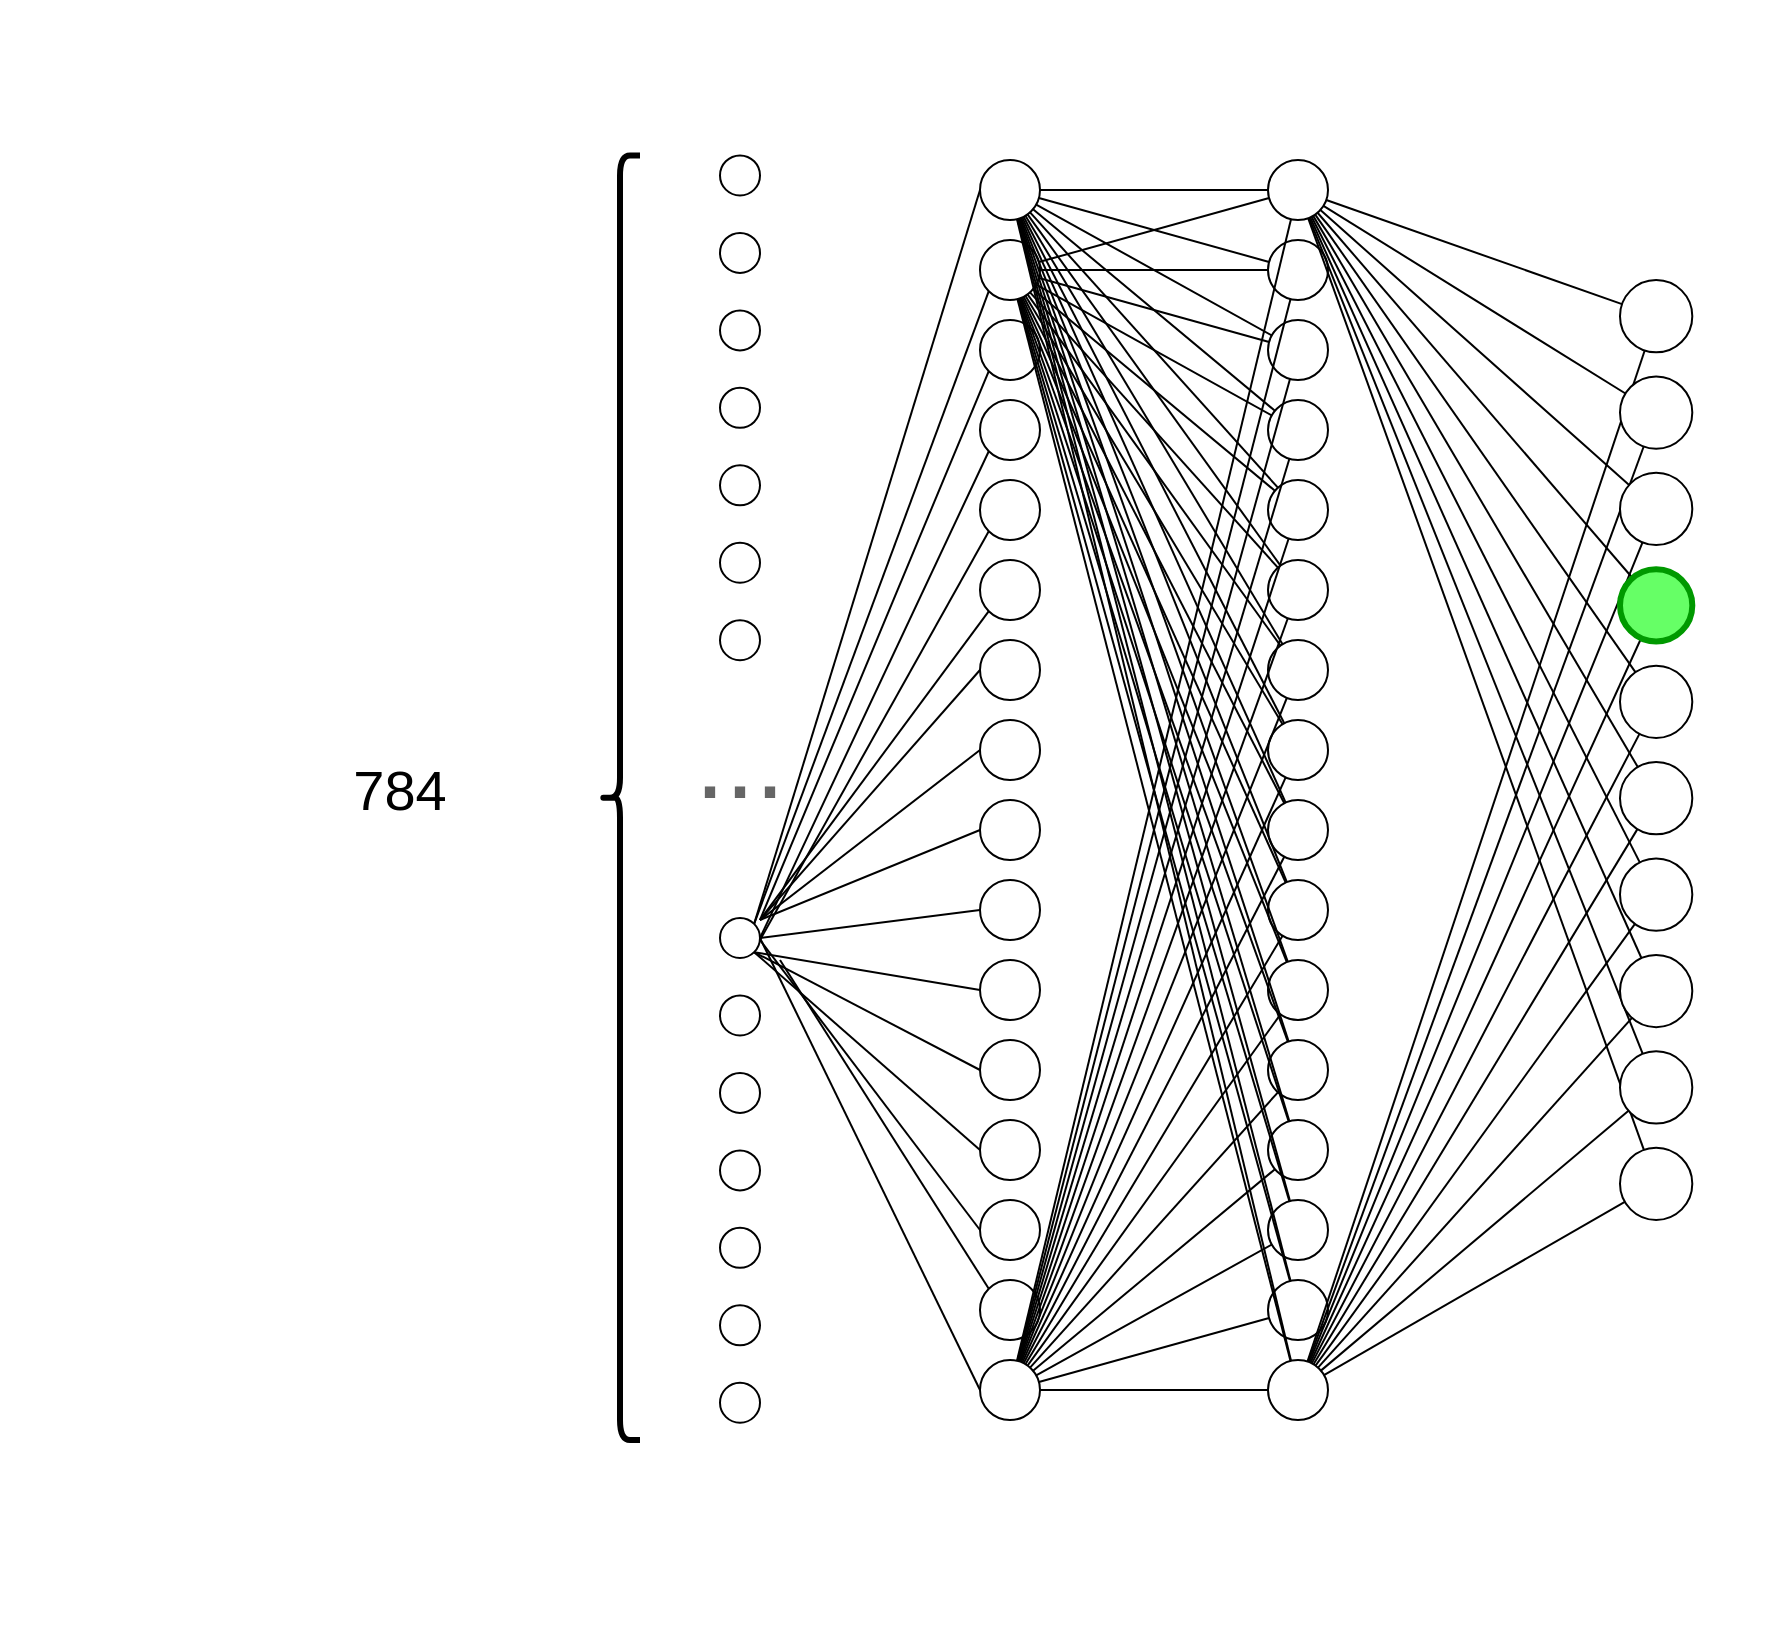
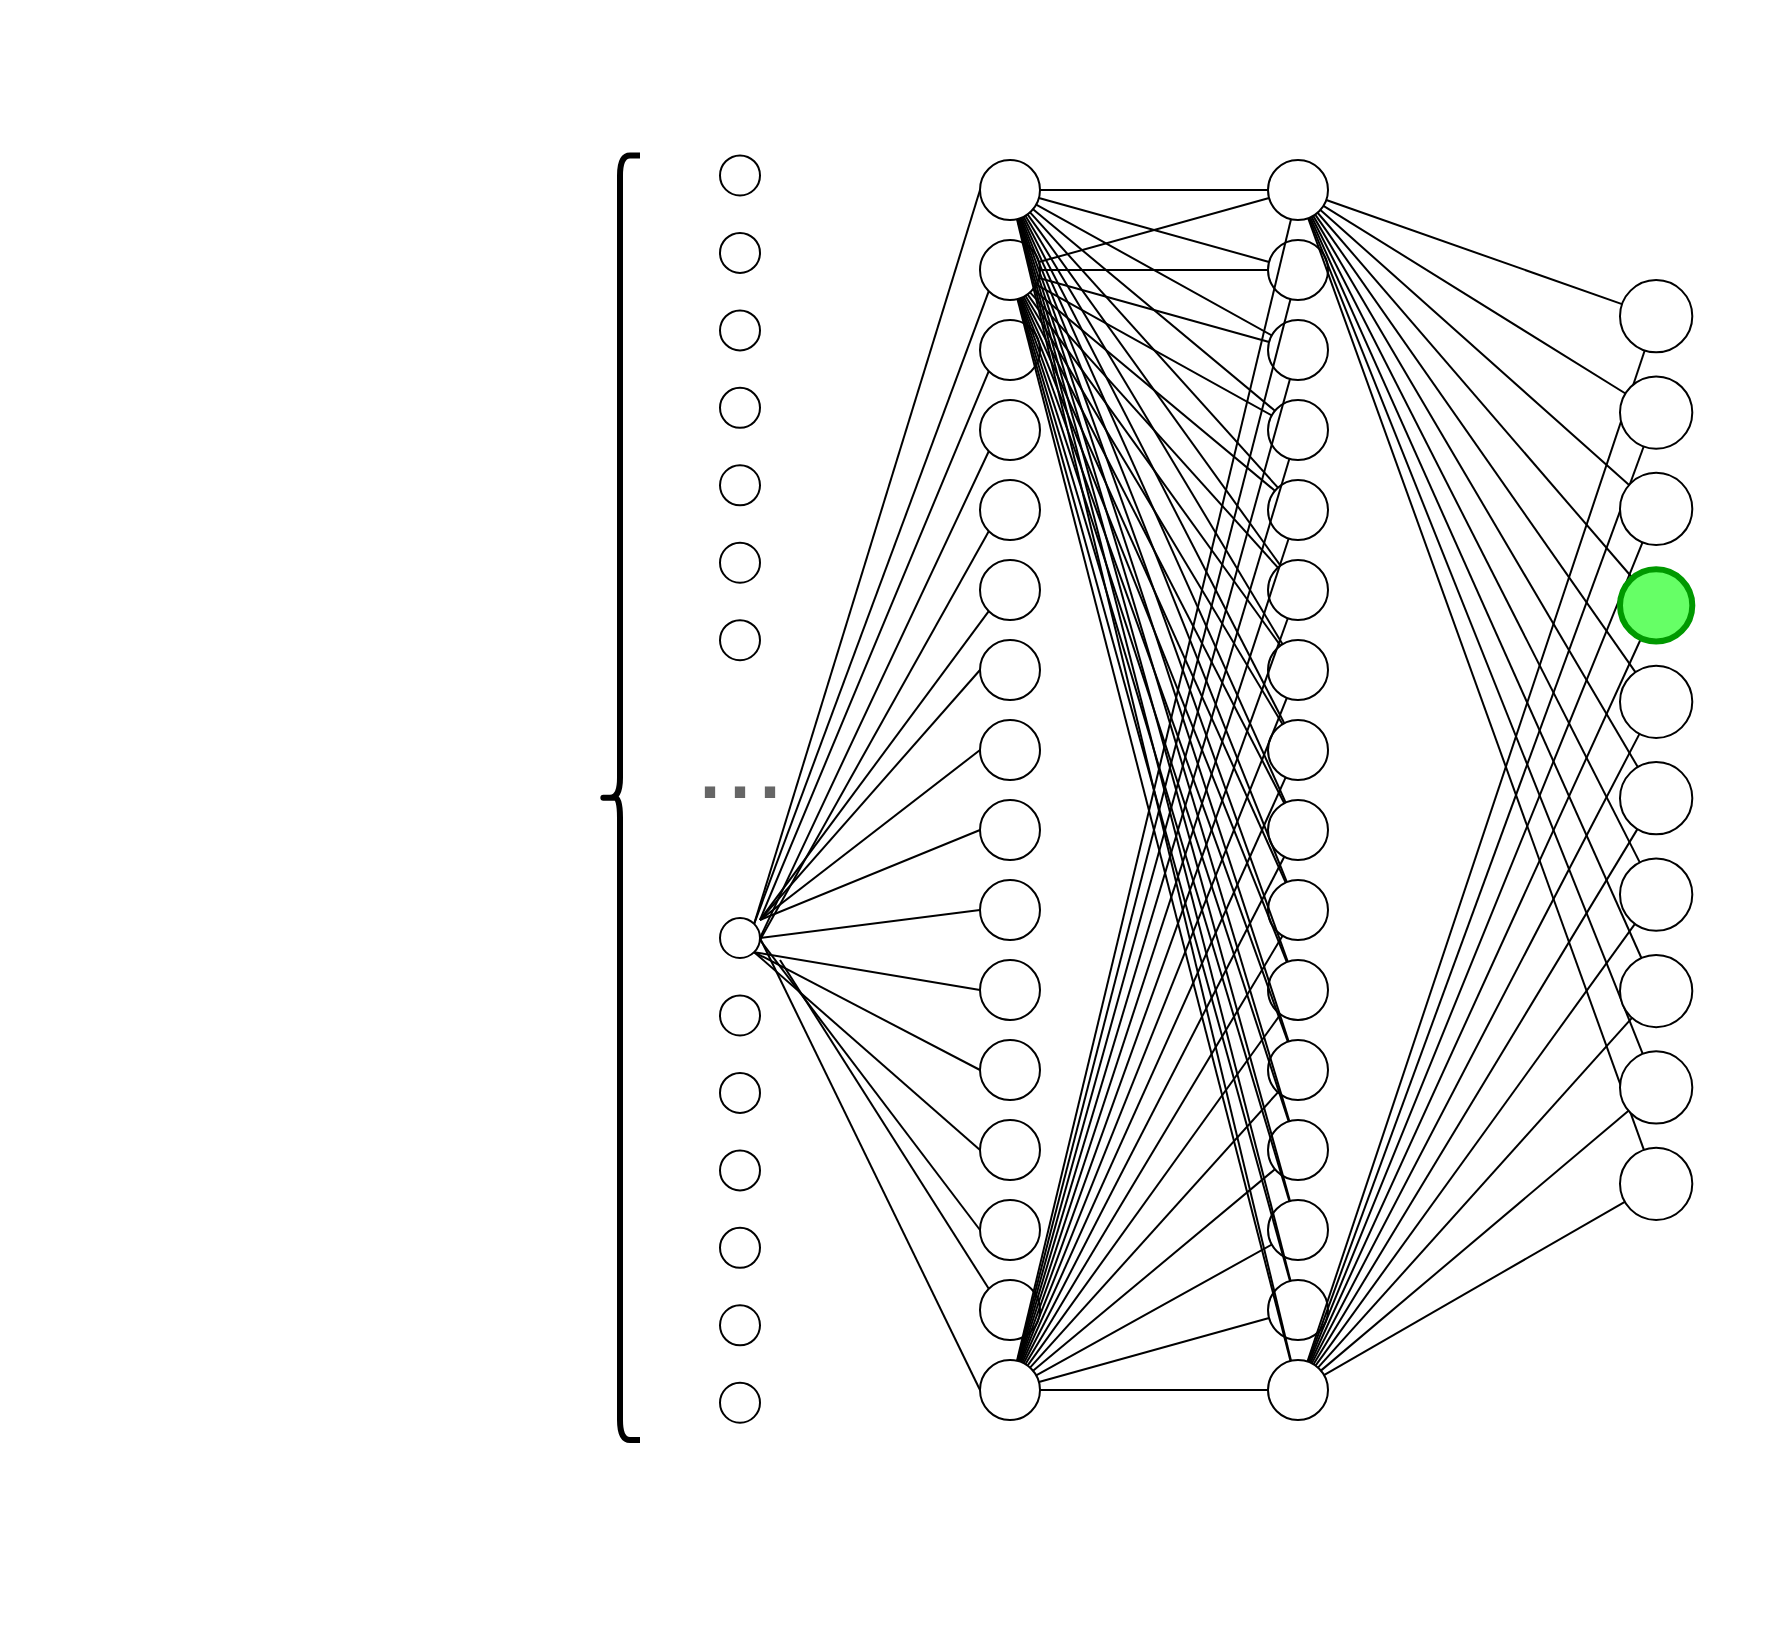
<mxfile host="app.diagrams.net" agent="Mozilla/5.0 (Macintosh; Intel Mac OS X 10.15; rv:147.0) Gecko/20100101 Firefox/147.0" version="29.3.6">
  <diagram id="three-columns" name="Page-1">
    <mxGraphModel dx="1593" dy="1012" grid="1" gridSize="10" guides="1" tooltips="1" connect="1" arrows="1" fold="1" page="1" pageScale="1" pageWidth="1100" pageHeight="850" background="#ffffff" math="0" shadow="0">
      <root>
        <mxCell id="0" />
        <mxCell id="1" parent="0" />
        <mxCell id="L0_1" parent="1" style="ellipse;whiteSpace=wrap;html=1;aspect=fixed;" value="" vertex="1">
          <mxGeometry height="30" width="30" x="490" y="110" as="geometry" />
        </mxCell>
        <mxCell id="L0_2" parent="1" style="ellipse;whiteSpace=wrap;html=1;aspect=fixed;" value="" vertex="1">
          <mxGeometry height="30" width="30" x="490" y="150" as="geometry" />
        </mxCell>
        <mxCell id="L0_3" parent="1" style="ellipse;whiteSpace=wrap;html=1;aspect=fixed;" value="" vertex="1">
          <mxGeometry height="30" width="30" x="490" y="190" as="geometry" />
        </mxCell>
        <mxCell id="L0_4" parent="1" style="ellipse;whiteSpace=wrap;html=1;aspect=fixed;" value="" vertex="1">
          <mxGeometry height="30" width="30" x="490" y="230" as="geometry" />
        </mxCell>
        <mxCell id="L0_5" parent="1" style="ellipse;whiteSpace=wrap;html=1;aspect=fixed;" value="" vertex="1">
          <mxGeometry height="30" width="30" x="490" y="270" as="geometry" />
        </mxCell>
        <mxCell id="L0_6" parent="1" style="ellipse;whiteSpace=wrap;html=1;aspect=fixed;" value="" vertex="1">
          <mxGeometry height="30" width="30" x="490" y="310" as="geometry" />
        </mxCell>
        <mxCell id="L0_7" parent="1" style="ellipse;whiteSpace=wrap;html=1;aspect=fixed;" value="" vertex="1">
          <mxGeometry height="30" width="30" x="490" y="350" as="geometry" />
        </mxCell>
        <mxCell id="L0_8" parent="1" style="ellipse;whiteSpace=wrap;html=1;aspect=fixed;" value="" vertex="1">
          <mxGeometry height="30" width="30" x="490" y="390" as="geometry" />
        </mxCell>
        <mxCell id="L0_9" parent="1" style="ellipse;whiteSpace=wrap;html=1;aspect=fixed;" value="" vertex="1">
          <mxGeometry height="30" width="30" x="490" y="430" as="geometry" />
        </mxCell>
        <mxCell id="L0_10" parent="1" style="ellipse;whiteSpace=wrap;html=1;aspect=fixed;" value="" vertex="1">
          <mxGeometry height="30" width="30" x="490" y="470" as="geometry" />
        </mxCell>
        <mxCell id="L0_11" parent="1" style="ellipse;whiteSpace=wrap;html=1;aspect=fixed;" value="" vertex="1">
          <mxGeometry height="30" width="30" x="490" y="510" as="geometry" />
        </mxCell>
        <mxCell id="L0_12" parent="1" style="ellipse;whiteSpace=wrap;html=1;aspect=fixed;" value="" vertex="1">
          <mxGeometry height="30" width="30" x="490" y="550" as="geometry" />
        </mxCell>
        <mxCell id="L0_13" parent="1" style="ellipse;whiteSpace=wrap;html=1;aspect=fixed;" value="" vertex="1">
          <mxGeometry height="30" width="30" x="490" y="590" as="geometry" />
        </mxCell>
        <mxCell id="L0_14" parent="1" style="ellipse;whiteSpace=wrap;html=1;aspect=fixed;" value="" vertex="1">
          <mxGeometry height="30" width="30" x="490" y="630" as="geometry" />
        </mxCell>
        <mxCell id="L0_15" parent="1" style="ellipse;whiteSpace=wrap;html=1;aspect=fixed;" value="" vertex="1">
          <mxGeometry height="30" width="30" x="490" y="670" as="geometry" />
        </mxCell>
        <mxCell id="L0_16" parent="1" style="ellipse;whiteSpace=wrap;html=1;aspect=fixed;" value="" vertex="1">
          <mxGeometry height="30" width="30" x="490" y="710" as="geometry" />
        </mxCell>
        <mxCell id="L1" parent="1" style="ellipse;whiteSpace=wrap;html=1;aspect=fixed;" value="" vertex="1">
          <mxGeometry height="30" width="30" x="634" y="110" as="geometry" />
        </mxCell>
        <mxCell id="L2" parent="1" style="ellipse;whiteSpace=wrap;html=1;aspect=fixed;" value="" vertex="1">
          <mxGeometry height="30" width="30" x="634" y="150" as="geometry" />
        </mxCell>
        <mxCell id="L3" parent="1" style="ellipse;whiteSpace=wrap;html=1;aspect=fixed;" value="" vertex="1">
          <mxGeometry height="30" width="30" x="634" y="190" as="geometry" />
        </mxCell>
        <mxCell id="L4" parent="1" style="ellipse;whiteSpace=wrap;html=1;aspect=fixed;" value="" vertex="1">
          <mxGeometry height="30" width="30" x="634" y="230" as="geometry" />
        </mxCell>
        <mxCell id="L5" parent="1" style="ellipse;whiteSpace=wrap;html=1;aspect=fixed;" value="" vertex="1">
          <mxGeometry height="30" width="30" x="634" y="270" as="geometry" />
        </mxCell>
        <mxCell id="L6" parent="1" style="ellipse;whiteSpace=wrap;html=1;aspect=fixed;" value="" vertex="1">
          <mxGeometry height="30" width="30" x="634" y="310" as="geometry" />
        </mxCell>
        <mxCell id="L7" parent="1" style="ellipse;whiteSpace=wrap;html=1;aspect=fixed;" value="" vertex="1">
          <mxGeometry height="30" width="30" x="634" y="350" as="geometry" />
        </mxCell>
        <mxCell id="L8" parent="1" style="ellipse;whiteSpace=wrap;html=1;aspect=fixed;" value="" vertex="1">
          <mxGeometry height="30" width="30" x="634" y="390" as="geometry" />
        </mxCell>
        <mxCell id="L9" parent="1" style="ellipse;whiteSpace=wrap;html=1;aspect=fixed;" value="" vertex="1">
          <mxGeometry height="30" width="30" x="634" y="430" as="geometry" />
        </mxCell>
        <mxCell id="L10" parent="1" style="ellipse;whiteSpace=wrap;html=1;aspect=fixed;" value="" vertex="1">
          <mxGeometry height="30" width="30" x="634" y="470" as="geometry" />
        </mxCell>
        <mxCell id="L11" parent="1" style="ellipse;whiteSpace=wrap;html=1;aspect=fixed;" value="" vertex="1">
          <mxGeometry height="30" width="30" x="634" y="510" as="geometry" />
        </mxCell>
        <mxCell id="L12" parent="1" style="ellipse;whiteSpace=wrap;html=1;aspect=fixed;" value="" vertex="1">
          <mxGeometry height="30" width="30" x="634" y="550" as="geometry" />
        </mxCell>
        <mxCell id="L13" parent="1" style="ellipse;whiteSpace=wrap;html=1;aspect=fixed;" value="" vertex="1">
          <mxGeometry height="30" width="30" x="634" y="590" as="geometry" />
        </mxCell>
        <mxCell id="L14" parent="1" style="ellipse;whiteSpace=wrap;html=1;aspect=fixed;" value="" vertex="1">
          <mxGeometry height="30" width="30" x="634" y="630" as="geometry" />
        </mxCell>
        <mxCell id="L15" parent="1" style="ellipse;whiteSpace=wrap;html=1;aspect=fixed;" value="" vertex="1">
          <mxGeometry height="30" width="30" x="634" y="670" as="geometry" />
        </mxCell>
        <mxCell id="L16" parent="1" style="ellipse;whiteSpace=wrap;html=1;aspect=fixed;" value="" vertex="1">
          <mxGeometry height="30" width="30" x="634" y="710" as="geometry" />
        </mxCell>
        <mxCell id="E_L0_1_L1" edge="1" parent="1" source="L0_1" style="endArrow=none;" target="L1">
          <mxGeometry relative="1" as="geometry" />
        </mxCell>
        <mxCell id="E_L0_1_L2" edge="1" parent="1" source="L0_1" style="endArrow=none;" target="L2">
          <mxGeometry relative="1" as="geometry" />
        </mxCell>
        <mxCell id="E_L0_1_L3" edge="1" parent="1" source="L0_1" style="endArrow=none;" target="L3">
          <mxGeometry relative="1" as="geometry" />
        </mxCell>
        <mxCell id="E_L0_1_L4" edge="1" parent="1" source="L0_1" style="endArrow=none;" target="L4">
          <mxGeometry relative="1" as="geometry" />
        </mxCell>
        <mxCell id="E_L0_1_L5" edge="1" parent="1" source="L0_1" style="endArrow=none;" target="L5">
          <mxGeometry relative="1" as="geometry" />
        </mxCell>
        <mxCell id="E_L0_1_L6" edge="1" parent="1" source="L0_1" style="endArrow=none;" target="L6">
          <mxGeometry relative="1" as="geometry" />
        </mxCell>
        <mxCell id="E_L0_1_L7" edge="1" parent="1" source="L0_1" style="endArrow=none;" target="L7">
          <mxGeometry relative="1" as="geometry" />
        </mxCell>
        <mxCell id="E_L0_1_L8" edge="1" parent="1" source="L0_1" style="endArrow=none;" target="L8">
          <mxGeometry relative="1" as="geometry" />
        </mxCell>
        <mxCell id="E_L0_1_L9" edge="1" parent="1" source="L0_1" style="endArrow=none;" target="L9">
          <mxGeometry relative="1" as="geometry" />
        </mxCell>
        <mxCell id="E_L0_1_L10" edge="1" parent="1" source="L0_1" style="endArrow=none;" target="L10">
          <mxGeometry relative="1" as="geometry" />
        </mxCell>
        <mxCell id="E_L0_1_L11" edge="1" parent="1" source="L0_1" style="endArrow=none;" target="L11">
          <mxGeometry relative="1" as="geometry" />
        </mxCell>
        <mxCell id="E_L0_1_L12" edge="1" parent="1" source="L0_1" style="endArrow=none;" target="L12">
          <mxGeometry relative="1" as="geometry" />
        </mxCell>
        <mxCell id="E_L0_1_L13" edge="1" parent="1" source="L0_1" style="endArrow=none;" target="L13">
          <mxGeometry relative="1" as="geometry" />
        </mxCell>
        <mxCell id="E_L0_1_L14" edge="1" parent="1" source="L0_1" style="endArrow=none;" target="L14">
          <mxGeometry relative="1" as="geometry" />
        </mxCell>
        <mxCell id="E_L0_1_L15" edge="1" parent="1" source="L0_1" style="endArrow=none;" target="L15">
          <mxGeometry relative="1" as="geometry" />
        </mxCell>
        <mxCell id="E_L0_1_L16" edge="1" parent="1" source="L0_1" style="endArrow=none;" target="L16">
          <mxGeometry relative="1" as="geometry" />
        </mxCell>
        <mxCell id="E_L0_2_L1" edge="1" parent="1" source="L0_2" style="endArrow=none;" target="L1">
          <mxGeometry relative="1" as="geometry" />
        </mxCell>
        <mxCell id="E_L0_2_L2" edge="1" parent="1" source="L0_2" style="endArrow=none;" target="L2">
          <mxGeometry relative="1" as="geometry" />
        </mxCell>
        <mxCell id="E_L0_2_L3" edge="1" parent="1" source="L0_2" style="endArrow=none;" target="L3">
          <mxGeometry relative="1" as="geometry" />
        </mxCell>
        <mxCell id="E_L0_2_L4" edge="1" parent="1" source="L0_2" style="endArrow=none;" target="L4">
          <mxGeometry relative="1" as="geometry" />
        </mxCell>
        <mxCell id="E_L0_2_L5" edge="1" parent="1" source="L0_2" style="endArrow=none;" target="L5">
          <mxGeometry relative="1" as="geometry" />
        </mxCell>
        <mxCell id="E_L0_2_L6" edge="1" parent="1" source="L0_2" style="endArrow=none;" target="L6">
          <mxGeometry relative="1" as="geometry" />
        </mxCell>
        <mxCell id="E_L0_2_L7" edge="1" parent="1" source="L0_2" style="endArrow=none;" target="L7">
          <mxGeometry relative="1" as="geometry" />
        </mxCell>
        <mxCell id="E_L0_2_L8" edge="1" parent="1" source="L0_2" style="endArrow=none;" target="L8">
          <mxGeometry relative="1" as="geometry" />
        </mxCell>
        <mxCell id="E_L0_2_L9" edge="1" parent="1" source="L0_2" style="endArrow=none;" target="L9">
          <mxGeometry relative="1" as="geometry" />
        </mxCell>
        <mxCell id="E_L0_2_L10" edge="1" parent="1" source="L0_2" style="endArrow=none;" target="L10">
          <mxGeometry relative="1" as="geometry" />
        </mxCell>
        <mxCell id="E_L0_2_L11" edge="1" parent="1" source="L0_2" style="endArrow=none;" target="L11">
          <mxGeometry relative="1" as="geometry" />
        </mxCell>
        <mxCell id="E_L0_2_L12" edge="1" parent="1" source="L0_2" style="endArrow=none;" target="L12">
          <mxGeometry relative="1" as="geometry" />
        </mxCell>
        <mxCell id="E_L0_2_L13" edge="1" parent="1" source="L0_2" style="endArrow=none;" target="L13">
          <mxGeometry relative="1" as="geometry" />
        </mxCell>
        <mxCell id="E_L0_2_L14" edge="1" parent="1" source="L0_2" style="endArrow=none;" target="L14">
          <mxGeometry relative="1" as="geometry" />
        </mxCell>
        <mxCell id="E_L0_2_L15" edge="1" parent="1" source="L0_2" style="endArrow=none;" target="L15">
          <mxGeometry relative="1" as="geometry" />
        </mxCell>
        <mxCell id="E_L0_2_L16" edge="1" parent="1" source="L0_2" style="endArrow=none;" target="L16">
          <mxGeometry relative="1" as="geometry" />
        </mxCell>
        <mxCell id="E_L0_16_L1" edge="1" parent="1" source="L0_16" style="endArrow=none;" target="L1">
          <mxGeometry relative="1" as="geometry" />
        </mxCell>
        <mxCell id="E_L0_16_L2" edge="1" parent="1" source="L0_16" style="endArrow=none;" target="L2">
          <mxGeometry relative="1" as="geometry" />
        </mxCell>
        <mxCell id="E_L0_16_L3" edge="1" parent="1" source="L0_16" style="endArrow=none;" target="L3">
          <mxGeometry relative="1" as="geometry" />
        </mxCell>
        <mxCell id="E_L0_16_L4" edge="1" parent="1" source="L0_16" style="endArrow=none;" target="L4">
          <mxGeometry relative="1" as="geometry" />
        </mxCell>
        <mxCell id="E_L0_16_L5" edge="1" parent="1" source="L0_16" style="endArrow=none;" target="L5">
          <mxGeometry relative="1" as="geometry" />
        </mxCell>
        <mxCell id="E_L0_16_L6" edge="1" parent="1" source="L0_16" style="endArrow=none;" target="L6">
          <mxGeometry relative="1" as="geometry" />
        </mxCell>
        <mxCell id="E_L0_16_L7" edge="1" parent="1" source="L0_16" style="endArrow=none;" target="L7">
          <mxGeometry relative="1" as="geometry" />
        </mxCell>
        <mxCell id="E_L0_16_L8" edge="1" parent="1" source="L0_16" style="endArrow=none;" target="L8">
          <mxGeometry relative="1" as="geometry" />
        </mxCell>
        <mxCell id="E_L0_16_L9" edge="1" parent="1" source="L0_16" style="endArrow=none;" target="L9">
          <mxGeometry relative="1" as="geometry" />
        </mxCell>
        <mxCell id="E_L0_16_L10" edge="1" parent="1" source="L0_16" style="endArrow=none;" target="L10">
          <mxGeometry relative="1" as="geometry" />
        </mxCell>
        <mxCell id="E_L0_16_L11" edge="1" parent="1" source="L0_16" style="endArrow=none;" target="L11">
          <mxGeometry relative="1" as="geometry" />
        </mxCell>
        <mxCell id="E_L0_16_L12" edge="1" parent="1" source="L0_16" style="endArrow=none;" target="L12">
          <mxGeometry relative="1" as="geometry" />
        </mxCell>
        <mxCell id="E_L0_16_L13" edge="1" parent="1" source="L0_16" style="endArrow=none;" target="L13">
          <mxGeometry relative="1" as="geometry" />
        </mxCell>
        <mxCell id="E_L0_16_L14" edge="1" parent="1" source="L0_16" style="endArrow=none;" target="L14">
          <mxGeometry relative="1" as="geometry" />
        </mxCell>
        <mxCell id="E_L0_16_L15" edge="1" parent="1" source="L0_16" style="endArrow=none;" target="L15">
          <mxGeometry relative="1" as="geometry" />
        </mxCell>
        <mxCell id="E_L0_16_L16" edge="1" parent="1" source="L0_16" style="endArrow=none;" target="L16">
          <mxGeometry relative="1" as="geometry" />
        </mxCell>
        <mxCell id="E_L1_R1" edge="1" parent="1" source="L1" style="endArrow=none;" target="R1">
          <mxGeometry relative="1" as="geometry" />
        </mxCell>
        <mxCell id="E_L1_R2" edge="1" parent="1" source="L1" style="endArrow=none;" target="R2">
          <mxGeometry relative="1" as="geometry" />
        </mxCell>
        <mxCell id="E_L1_R3" edge="1" parent="1" source="L1" style="endArrow=none;" target="R3">
          <mxGeometry relative="1" as="geometry" />
        </mxCell>
        <mxCell id="E_L1_R4" edge="1" parent="1" source="L1" style="endArrow=none;" target="R4">
          <mxGeometry relative="1" as="geometry" />
        </mxCell>
        <mxCell id="E_L1_R5" edge="1" parent="1" source="L1" style="endArrow=none;" target="R5">
          <mxGeometry relative="1" as="geometry" />
        </mxCell>
        <mxCell id="E_L1_R6" edge="1" parent="1" source="L1" style="endArrow=none;" target="R6">
          <mxGeometry relative="1" as="geometry" />
        </mxCell>
        <mxCell id="E_L1_R7" edge="1" parent="1" source="L1" style="endArrow=none;" target="R7">
          <mxGeometry relative="1" as="geometry" />
        </mxCell>
        <mxCell id="E_L1_R8" edge="1" parent="1" source="L1" style="endArrow=none;" target="R8">
          <mxGeometry relative="1" as="geometry" />
        </mxCell>
        <mxCell id="E_L1_R9" edge="1" parent="1" source="L1" style="endArrow=none;" target="R9">
          <mxGeometry relative="1" as="geometry" />
        </mxCell>
        <mxCell id="E_L1_R10" edge="1" parent="1" source="L1" style="endArrow=none;" target="R10">
          <mxGeometry relative="1" as="geometry" />
        </mxCell>
        <mxCell id="E_L16_R1" edge="1" parent="1" source="L16" style="endArrow=none;" target="R1">
          <mxGeometry relative="1" as="geometry" />
        </mxCell>
        <mxCell id="E_L16_R2" edge="1" parent="1" source="L16" style="endArrow=none;" target="R2">
          <mxGeometry relative="1" as="geometry" />
        </mxCell>
        <mxCell id="E_L16_R3" edge="1" parent="1" source="L16" style="endArrow=none;" target="R3">
          <mxGeometry relative="1" as="geometry" />
        </mxCell>
        <mxCell id="E_L16_R4" edge="1" parent="1" source="L16" style="endArrow=none;" target="R4">
          <mxGeometry relative="1" as="geometry" />
        </mxCell>
        <mxCell id="E_L16_R5" edge="1" parent="1" source="L16" style="endArrow=none;" target="R5">
          <mxGeometry relative="1" as="geometry" />
        </mxCell>
        <mxCell id="E_L16_R6" edge="1" parent="1" source="L16" style="endArrow=none;" target="R6">
          <mxGeometry relative="1" as="geometry" />
        </mxCell>
        <mxCell id="E_L16_R7" edge="1" parent="1" source="L16" style="endArrow=none;" target="R7">
          <mxGeometry relative="1" as="geometry" />
        </mxCell>
        <mxCell id="E_L16_R8" edge="1" parent="1" source="L16" style="endArrow=none;" target="R8">
          <mxGeometry relative="1" as="geometry" />
        </mxCell>
        <mxCell id="E_L16_R9" edge="1" parent="1" source="L16" style="endArrow=none;" target="R9">
          <mxGeometry relative="1" as="geometry" />
        </mxCell>
        <mxCell id="E_L16_R10" edge="1" parent="1" source="L16" style="endArrow=none;" target="R10">
          <mxGeometry relative="1" as="geometry" />
        </mxCell>
        <mxCell id="UqORztQWvTda7gWICpi--1" connectable="0" parent="1" style="group" value="" vertex="1">
          <mxGeometry height="470" width="80" x="810" y="170" as="geometry" />
        </mxCell>
        <mxCell id="R1" parent="UqORztQWvTda7gWICpi--1" style="ellipse;whiteSpace=wrap;html=1;aspect=fixed;strokeWidth=1;strokeColor=default;" value="" vertex="1">
          <mxGeometry height="36.15384615384615" width="36.15384615384615" as="geometry" />
        </mxCell>
        <mxCell id="R2" parent="UqORztQWvTda7gWICpi--1" style="ellipse;whiteSpace=wrap;html=1;aspect=fixed;strokeWidth=1;strokeColor=#000000;" value="" vertex="1">
          <mxGeometry height="36.15384615384615" width="36.15384615384615" y="48.205128205128204" as="geometry" />
        </mxCell>
        <mxCell id="R3" parent="UqORztQWvTda7gWICpi--1" style="ellipse;whiteSpace=wrap;html=1;aspect=fixed;strokeWidth=1;strokeColor=#000000;" value="" vertex="1">
          <mxGeometry height="36.15384615384615" width="36.15384615384615" y="96.41025641025641" as="geometry" />
        </mxCell>
        <mxCell id="R4" parent="UqORztQWvTda7gWICpi--1" style="ellipse;whiteSpace=wrap;html=1;aspect=fixed;strokeWidth=3;strokeColor=#009900;gradientColor=none;fillColor=light-dark(#66FF66,#EDEDED);" value="" vertex="1">
          <mxGeometry height="36.15384615384615" width="36.15384615384615" y="144.6153846153846" as="geometry" />
        </mxCell>
        <mxCell id="R5" parent="UqORztQWvTda7gWICpi--1" style="ellipse;whiteSpace=wrap;html=1;aspect=fixed;strokeWidth=1;strokeColor=#000000;" value="" vertex="1">
          <mxGeometry height="36.15384615384615" width="36.15384615384615" y="192.82051282051282" as="geometry" />
        </mxCell>
        <mxCell id="R6" parent="UqORztQWvTda7gWICpi--1" style="ellipse;whiteSpace=wrap;html=1;aspect=fixed;strokeWidth=1;strokeColor=#000000;" value="" vertex="1">
          <mxGeometry height="36.15384615384615" width="36.15384615384615" y="241.02564102564102" as="geometry" />
        </mxCell>
        <mxCell id="R7" parent="UqORztQWvTda7gWICpi--1" style="ellipse;whiteSpace=wrap;html=1;aspect=fixed;strokeWidth=1;strokeColor=#000000;" value="" vertex="1">
          <mxGeometry height="36.15384615384615" width="36.15384615384615" y="289.2307692307692" as="geometry" />
        </mxCell>
        <mxCell id="R8" parent="UqORztQWvTda7gWICpi--1" style="ellipse;whiteSpace=wrap;html=1;aspect=fixed;strokeWidth=1;strokeColor=#000000;" value="" vertex="1">
          <mxGeometry height="36.15384615384615" width="36.15384615384615" y="337.43589743589746" as="geometry" />
        </mxCell>
        <mxCell id="R9" parent="UqORztQWvTda7gWICpi--1" style="ellipse;whiteSpace=wrap;html=1;aspect=fixed;strokeWidth=1;strokeColor=#000000;" value="" vertex="1">
          <mxGeometry height="36.15384615384615" width="36.15384615384615" y="385.64102564102564" as="geometry" />
        </mxCell>
        <mxCell id="R10" parent="UqORztQWvTda7gWICpi--1" style="ellipse;whiteSpace=wrap;html=1;aspect=fixed;strokeWidth=1;strokeColor=#000000;" value="" vertex="1">
          <mxGeometry height="36.15384615384615" width="36.15384615384615" y="433.84615384615387" as="geometry" />
        </mxCell>
        <mxCell id="UqORztQWvTda7gWICpi--3" parent="1" style="ellipse;whiteSpace=wrap;html=1;aspect=fixed;container=0;" value="" vertex="1">
          <mxGeometry height="20" width="20" x="360" y="107.73015873015873" as="geometry" />
        </mxCell>
        <mxCell id="UqORztQWvTda7gWICpi--4" parent="1" style="ellipse;whiteSpace=wrap;html=1;aspect=fixed;container=0;" value="" vertex="1">
          <mxGeometry height="20" width="20" x="360" y="146.46031746031747" as="geometry" />
        </mxCell>
        <mxCell id="UqORztQWvTda7gWICpi--5" parent="1" style="ellipse;whiteSpace=wrap;html=1;aspect=fixed;container=0;" value="" vertex="1">
          <mxGeometry height="20" width="20" x="360" y="185.1904761904762" as="geometry" />
        </mxCell>
        <mxCell id="UqORztQWvTda7gWICpi--6" parent="1" style="ellipse;whiteSpace=wrap;html=1;aspect=fixed;container=0;" value="" vertex="1">
          <mxGeometry height="20" width="20" x="360" y="223.9206349206349" as="geometry" />
        </mxCell>
        <mxCell id="UqORztQWvTda7gWICpi--7" parent="1" style="ellipse;whiteSpace=wrap;html=1;aspect=fixed;container=0;" value="" vertex="1">
          <mxGeometry height="20" width="20" x="360" y="262.6507936507936" as="geometry" />
        </mxCell>
        <mxCell id="UqORztQWvTda7gWICpi--8" parent="1" style="ellipse;whiteSpace=wrap;html=1;aspect=fixed;container=0;" value="" vertex="1">
          <mxGeometry height="20" width="20" x="360" y="301.3809523809524" as="geometry" />
        </mxCell>
        <mxCell id="UqORztQWvTda7gWICpi--9" parent="1" style="ellipse;whiteSpace=wrap;html=1;aspect=fixed;container=0;" value="" vertex="1">
          <mxGeometry height="20" width="20" x="360" y="340.1111111111111" as="geometry" />
        </mxCell>
        <mxCell id="UqORztQWvTda7gWICpi--10" parent="1" style="ellipse;whiteSpace=wrap;html=1;aspect=fixed;container=0;" value="" vertex="1">
          <mxGeometry height="20" width="20" x="360" y="489.00126984126985" as="geometry" />
        </mxCell>
        <mxCell id="UqORztQWvTda7gWICpi--11" parent="1" style="ellipse;whiteSpace=wrap;html=1;aspect=fixed;container=0;" value="" vertex="1">
          <mxGeometry height="20" width="20" x="360" y="527.7314285714285" as="geometry" />
        </mxCell>
        <mxCell id="UqORztQWvTda7gWICpi--12" parent="1" style="ellipse;whiteSpace=wrap;html=1;aspect=fixed;container=0;" value="" vertex="1">
          <mxGeometry height="20" width="20" x="360" y="566.4615873015873" as="geometry" />
        </mxCell>
        <mxCell id="UqORztQWvTda7gWICpi--13" parent="1" style="ellipse;whiteSpace=wrap;html=1;aspect=fixed;container=0;" value="" vertex="1">
          <mxGeometry height="20" width="20" x="360" y="605.191746031746" as="geometry" />
        </mxCell>
        <mxCell id="UqORztQWvTda7gWICpi--14" parent="1" style="ellipse;whiteSpace=wrap;html=1;aspect=fixed;container=0;" value="" vertex="1">
          <mxGeometry height="20" width="20" x="360" y="643.9219047619048" as="geometry" />
        </mxCell>
        <mxCell id="UqORztQWvTda7gWICpi--15" parent="1" style="ellipse;whiteSpace=wrap;html=1;aspect=fixed;container=0;" value="" vertex="1">
          <mxGeometry height="20" width="20" x="360" y="682.6520634920635" as="geometry" />
        </mxCell>
        <mxCell id="UqORztQWvTda7gWICpi--16" parent="1" style="ellipse;whiteSpace=wrap;html=1;aspect=fixed;container=0;" value="" vertex="1">
          <mxGeometry height="20" width="20" x="360" y="721.3822222222221" as="geometry" />
        </mxCell>
        <mxCell id="UqORztQWvTda7gWICpi--19" parent="1" style="text;html=1;whiteSpace=wrap;strokeColor=none;fillColor=none;align=center;verticalAlign=middle;rounded=0;" value="&lt;font style=&quot;font-size: 54px; color: rgb(102, 102, 102);&quot;&gt;...&lt;/font&gt;" vertex="1">
          <mxGeometry height="30" width="60" x="340" y="395" as="geometry" />
        </mxCell>
        <mxCell id="UqORztQWvTda7gWICpi--20" edge="1" parent="1" source="UqORztQWvTda7gWICpi--10" style="endArrow=none;html=1;rounded=0;entryX=0;entryY=0.5;entryDx=0;entryDy=0;exitX=1;exitY=0;exitDx=0;exitDy=0;" target="L0_1" value="">
          <mxGeometry height="50" relative="1" width="50" as="geometry">
            <mxPoint x="340" y="510" as="sourcePoint" />
            <mxPoint x="390" y="460" as="targetPoint" />
          </mxGeometry>
        </mxCell>
        <mxCell id="UqORztQWvTda7gWICpi--21" edge="1" parent="1" source="UqORztQWvTda7gWICpi--10" style="endArrow=none;html=1;rounded=0;entryX=0;entryY=1;entryDx=0;entryDy=0;exitX=1;exitY=0;exitDx=0;exitDy=0;" target="L0_2" value="">
          <mxGeometry height="50" relative="1" width="50" as="geometry">
            <mxPoint x="350" y="510" as="sourcePoint" />
            <mxPoint x="390" y="460" as="targetPoint" />
          </mxGeometry>
        </mxCell>
        <mxCell id="UqORztQWvTda7gWICpi--22" edge="1" parent="1" style="endArrow=none;html=1;rounded=0;entryX=0;entryY=1;entryDx=0;entryDy=0;" target="L0_3" value="">
          <mxGeometry height="50" relative="1" width="50" as="geometry">
            <mxPoint x="380" y="490" as="sourcePoint" />
            <mxPoint x="390" y="460" as="targetPoint" />
          </mxGeometry>
        </mxCell>
        <mxCell id="UqORztQWvTda7gWICpi--23" edge="1" parent="1" source="UqORztQWvTda7gWICpi--10" style="endArrow=none;html=1;rounded=0;entryX=0;entryY=1;entryDx=0;entryDy=0;exitX=1;exitY=0.5;exitDx=0;exitDy=0;" target="L0_4" value="">
          <mxGeometry height="50" relative="1" width="50" as="geometry">
            <mxPoint x="340" y="510" as="sourcePoint" />
            <mxPoint x="390" y="460" as="targetPoint" />
          </mxGeometry>
        </mxCell>
        <mxCell id="UqORztQWvTda7gWICpi--24" edge="1" parent="1" style="endArrow=none;html=1;rounded=0;entryX=0;entryY=1;entryDx=0;entryDy=0;" target="L0_5" value="">
          <mxGeometry height="50" relative="1" width="50" as="geometry">
            <mxPoint x="380" y="500" as="sourcePoint" />
            <mxPoint x="390" y="460" as="targetPoint" />
          </mxGeometry>
        </mxCell>
        <mxCell id="UqORztQWvTda7gWICpi--25" edge="1" parent="1" style="endArrow=none;html=1;rounded=0;entryX=0;entryY=1;entryDx=0;entryDy=0;" target="L0_6" value="">
          <mxGeometry height="50" relative="1" width="50" as="geometry">
            <mxPoint x="380" y="490" as="sourcePoint" />
            <mxPoint x="390" y="460" as="targetPoint" />
          </mxGeometry>
        </mxCell>
        <mxCell id="UqORztQWvTda7gWICpi--27" edge="1" parent="1" style="endArrow=none;html=1;rounded=0;entryX=0;entryY=0.5;entryDx=0;entryDy=0;" target="L0_7" value="">
          <mxGeometry height="50" relative="1" width="50" as="geometry">
            <mxPoint x="380" y="490" as="sourcePoint" />
            <mxPoint x="390" y="460" as="targetPoint" />
          </mxGeometry>
        </mxCell>
        <mxCell id="UqORztQWvTda7gWICpi--28" edge="1" parent="1" style="endArrow=none;html=1;rounded=0;entryX=0;entryY=0.5;entryDx=0;entryDy=0;" target="L0_8" value="">
          <mxGeometry height="50" relative="1" width="50" as="geometry">
            <mxPoint x="380" y="490" as="sourcePoint" />
            <mxPoint x="390" y="460" as="targetPoint" />
          </mxGeometry>
        </mxCell>
        <mxCell id="UqORztQWvTda7gWICpi--29" edge="1" parent="1" style="endArrow=none;html=1;rounded=0;entryX=0;entryY=0.5;entryDx=0;entryDy=0;" target="L0_9" value="">
          <mxGeometry height="50" relative="1" width="50" as="geometry">
            <mxPoint x="380" y="490" as="sourcePoint" />
            <mxPoint x="390" y="460" as="targetPoint" />
          </mxGeometry>
        </mxCell>
        <mxCell id="UqORztQWvTda7gWICpi--30" edge="1" parent="1" source="UqORztQWvTda7gWICpi--10" style="endArrow=none;html=1;rounded=0;entryX=0;entryY=0.5;entryDx=0;entryDy=0;exitX=1;exitY=0.5;exitDx=0;exitDy=0;" target="L0_10" value="">
          <mxGeometry height="50" relative="1" width="50" as="geometry">
            <mxPoint x="390" y="500" as="sourcePoint" />
            <mxPoint x="390" y="460" as="targetPoint" />
          </mxGeometry>
        </mxCell>
        <mxCell id="UqORztQWvTda7gWICpi--31" edge="1" parent="1" source="UqORztQWvTda7gWICpi--10" style="endArrow=none;html=1;rounded=0;entryX=0;entryY=0.5;entryDx=0;entryDy=0;exitX=1;exitY=1;exitDx=0;exitDy=0;" target="L0_11" value="">
          <mxGeometry height="50" relative="1" width="50" as="geometry">
            <mxPoint x="340" y="510" as="sourcePoint" />
            <mxPoint x="390" y="460" as="targetPoint" />
          </mxGeometry>
        </mxCell>
        <mxCell id="UqORztQWvTda7gWICpi--32" edge="1" parent="1" source="UqORztQWvTda7gWICpi--10" style="endArrow=none;html=1;rounded=0;entryX=0;entryY=0.5;entryDx=0;entryDy=0;exitX=1;exitY=1;exitDx=0;exitDy=0;" target="L0_12" value="">
          <mxGeometry height="50" relative="1" width="50" as="geometry">
            <mxPoint x="340" y="510" as="sourcePoint" />
            <mxPoint x="390" y="460" as="targetPoint" />
          </mxGeometry>
        </mxCell>
        <mxCell id="UqORztQWvTda7gWICpi--33" edge="1" parent="1" source="UqORztQWvTda7gWICpi--10" style="endArrow=none;html=1;rounded=0;entryX=0;entryY=0.5;entryDx=0;entryDy=0;exitX=1;exitY=1;exitDx=0;exitDy=0;" target="L0_13" value="">
          <mxGeometry height="50" relative="1" width="50" as="geometry">
            <mxPoint x="340" y="510" as="sourcePoint" />
            <mxPoint x="390" y="460" as="targetPoint" />
          </mxGeometry>
        </mxCell>
        <mxCell id="UqORztQWvTda7gWICpi--34" edge="1" parent="1" style="endArrow=none;html=1;rounded=0;entryX=0;entryY=0.5;entryDx=0;entryDy=0;" target="L0_14" value="">
          <mxGeometry height="50" relative="1" width="50" as="geometry">
            <mxPoint x="380" y="500" as="sourcePoint" />
            <mxPoint x="390" y="460" as="targetPoint" />
          </mxGeometry>
        </mxCell>
        <mxCell id="UqORztQWvTda7gWICpi--35" edge="1" parent="1" style="endArrow=none;html=1;rounded=0;entryX=0;entryY=0;entryDx=0;entryDy=0;" target="L0_15" value="">
          <mxGeometry height="50" relative="1" width="50" as="geometry">
            <mxPoint x="390" y="510" as="sourcePoint" />
            <mxPoint x="390" y="460" as="targetPoint" />
          </mxGeometry>
        </mxCell>
        <mxCell id="UqORztQWvTda7gWICpi--36" edge="1" parent="1" source="UqORztQWvTda7gWICpi--10" style="endArrow=none;html=1;rounded=0;entryX=0;entryY=0.5;entryDx=0;entryDy=0;exitX=1;exitY=0.5;exitDx=0;exitDy=0;" target="L0_16" value="">
          <mxGeometry height="50" relative="1" width="50" as="geometry">
            <mxPoint x="340" y="510" as="sourcePoint" />
            <mxPoint x="390" y="460" as="targetPoint" />
          </mxGeometry>
        </mxCell>
        <mxCell id="bYaMPyUU828n6Uom15c9-138" parent="1" style="rounded=0;whiteSpace=wrap;html=1;strokeColor=none;fillColor=none;" value="" vertex="1">
          <mxGeometry height="820" width="10" y="30" as="geometry" />
        </mxCell>
        <mxCell id="RmwxuSjg65sJtTzuxqFg-1" parent="1" style="shape=curlyBracket;whiteSpace=wrap;html=1;rounded=1;labelPosition=left;verticalLabelPosition=middle;align=right;verticalAlign=middle;strokeWidth=3;" value="" vertex="1">
          <mxGeometry height="642.27" width="20" x="300" y="107.73" as="geometry" />
        </mxCell>
-         <mxCell id="RmwxuSjg65sJtTzuxqFg-2" parent="1" style="text;html=1;whiteSpace=wrap;strokeColor=none;fillColor=none;align=center;verticalAlign=middle;rounded=0;" value="&lt;font style=&quot;font-size: 28px;&quot;&gt;784&lt;/font&gt;" vertex="1">
-           <mxGeometry height="30" width="60" x="170" y="410" as="geometry" />
-         </mxCell>
      </root>
    </mxGraphModel>
  </diagram>
</mxfile>
